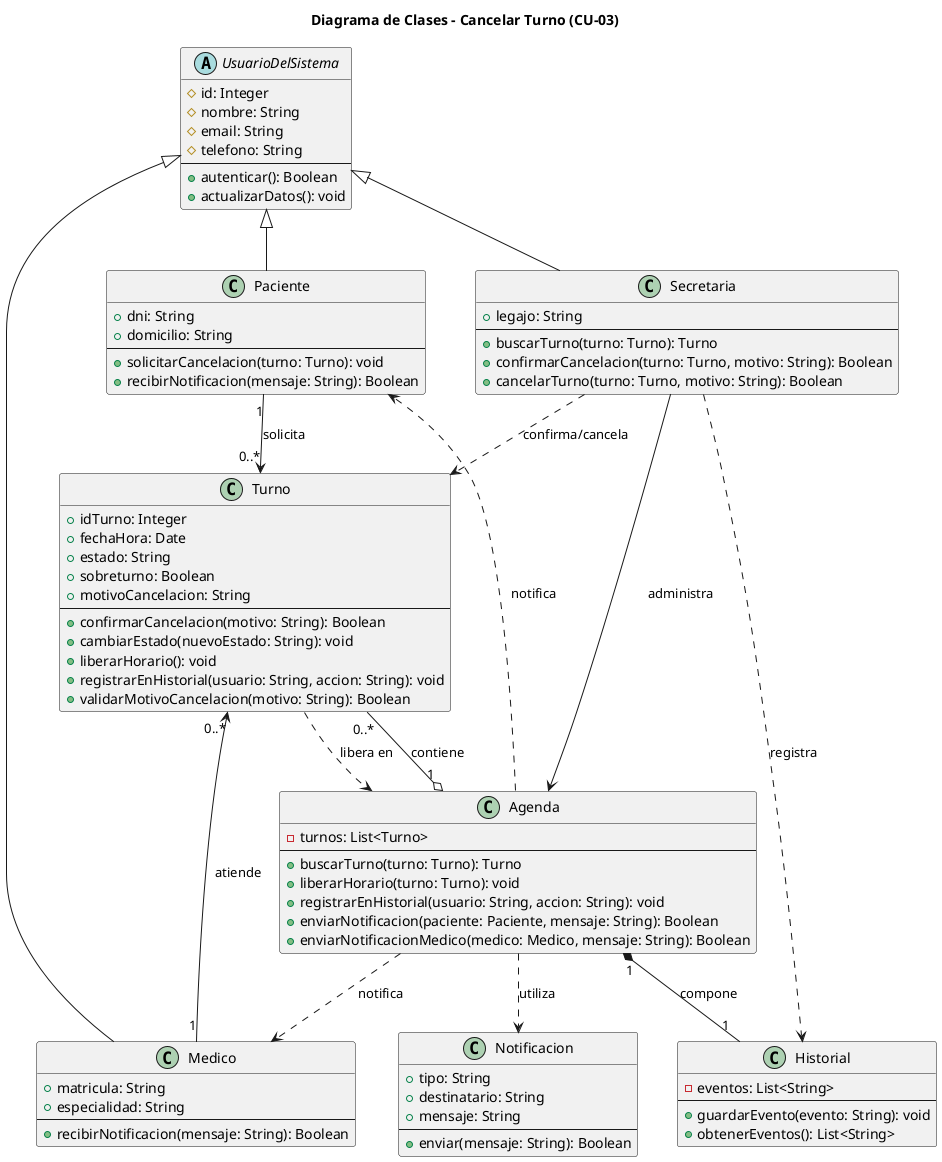
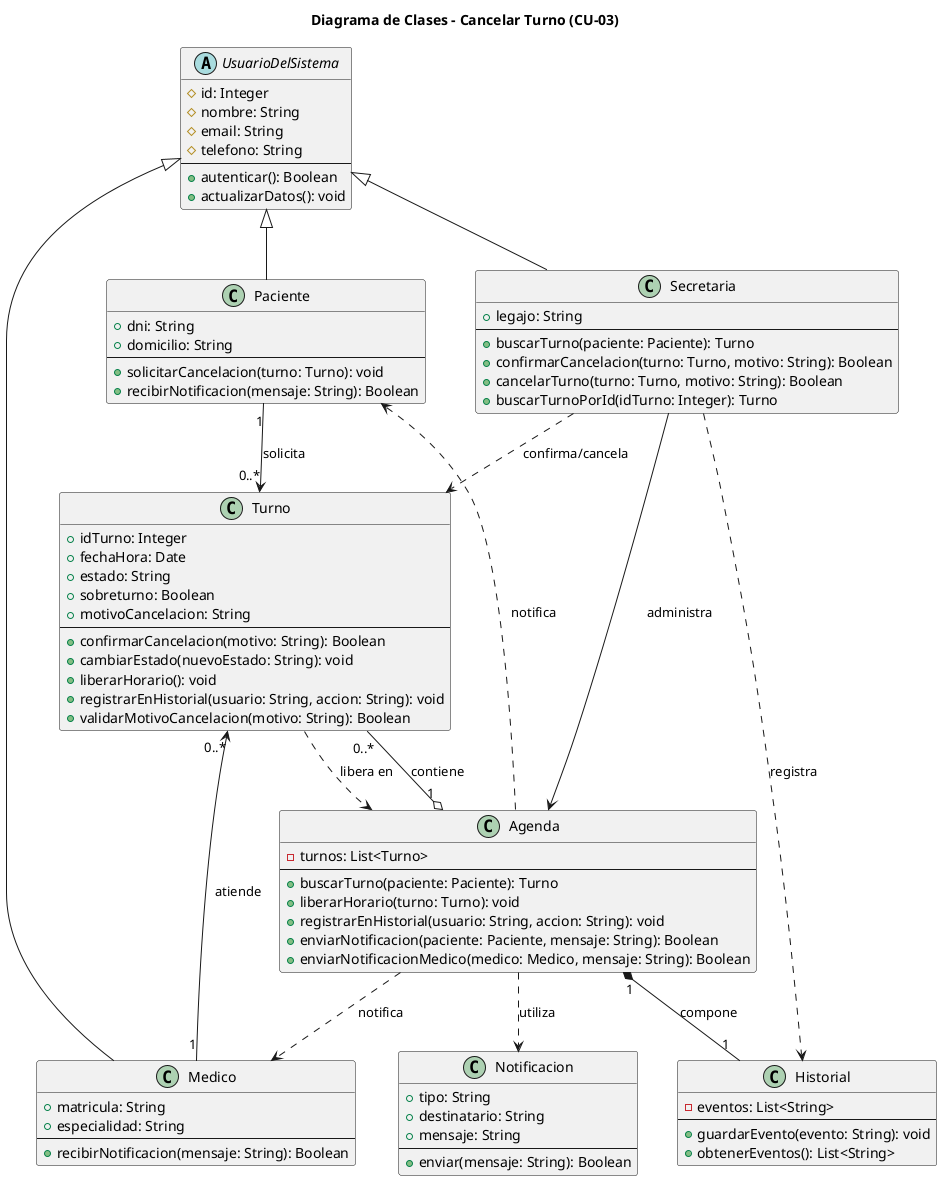
@startuml

title Diagrama de Clases - Cancelar Turno (CU-03)


abstract class UsuarioDelSistema {
  # id: Integer
  # nombre: String
  # email: String
  # telefono: String
  --
  + autenticar(): Boolean
  + actualizarDatos(): void
}


class Paciente {
  + dni: String
  + domicilio: String
  --
  + solicitarCancelacion(turno: Turno): void
  + recibirNotificacion(mensaje: String): Boolean
}

class Secretaria {
  + legajo: String
  --
-   + buscarTurno(turno: Turno): Turno
+   + buscarTurno(paciente: Paciente): Turno
  + confirmarCancelacion(turno: Turno, motivo: String): Boolean
  + cancelarTurno(turno: Turno, motivo: String): Boolean
+   + buscarTurnoPorId(idTurno: Integer): Turno
}

class Medico {
  + matricula: String
  + especialidad: String
  --
  + recibirNotificacion(mensaje: String): Boolean
}


class Turno {
  + idTurno: Integer
  + fechaHora: Date
  + estado: String
  + sobreturno: Boolean
  + motivoCancelacion: String
  --
  + confirmarCancelacion(motivo: String): Boolean
  + cambiarEstado(nuevoEstado: String): void
  + liberarHorario(): void
  + registrarEnHistorial(usuario: String, accion: String): void
  + validarMotivoCancelacion(motivo: String): Boolean
}

class Agenda {
  - turnos: List<Turno>
  --
-   + buscarTurno(turno: Turno): Turno
+   + buscarTurno(paciente: Paciente): Turno
  + liberarHorario(turno: Turno): void
  + registrarEnHistorial(usuario: String, accion: String): void
  + enviarNotificacion(paciente: Paciente, mensaje: String): Boolean
  + enviarNotificacionMedico(medico: Medico, mensaje: String): Boolean
}

class Historial {
  - eventos: List<String>
  --
  + guardarEvento(evento: String): void
  + obtenerEventos(): List<String>
}

class Notificacion {
  + tipo: String
  + destinatario: String
  + mensaje: String
  --
  + enviar(mensaje: String): Boolean
}


UsuarioDelSistema <|-- Paciente
UsuarioDelSistema <|-- Secretaria
UsuarioDelSistema <|-- Medico

Paciente "1" --> "0..*" Turno : solicita
Medico "1" --> "0..*" Turno : atiende
Secretaria --> Agenda : administra
Secretaria ..> Turno : confirma/cancela
Secretaria ..> Historial : registra

Agenda "1" o-- "0..*" Turno : contiene
Agenda "1" *-- "1" Historial : compone
Agenda ..> Notificacion : utiliza
Agenda ..> Paciente : notifica
Agenda ..> Medico : notifica

Turno ..> Agenda : libera en

@enduml